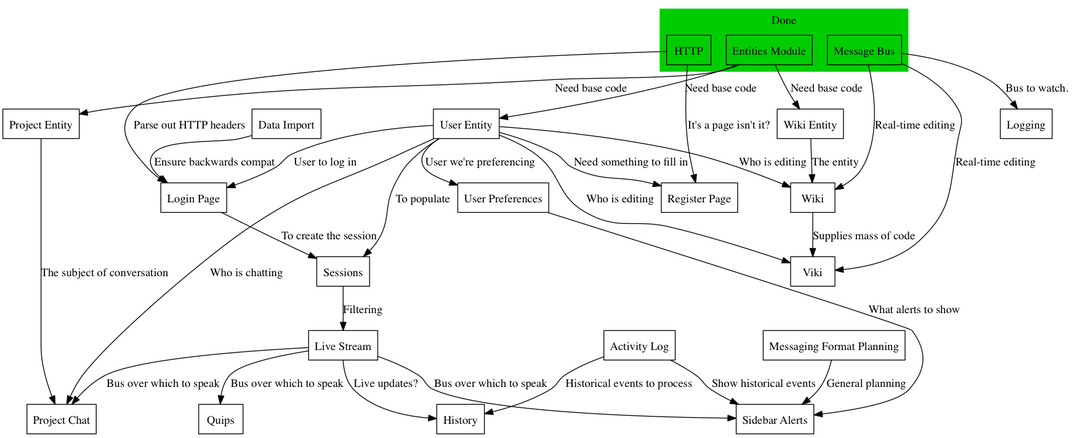
Above: needed.png in negativeview/Velour-1.5 (Graphviz), before the change. Its source is kept beside it as needed.dot.
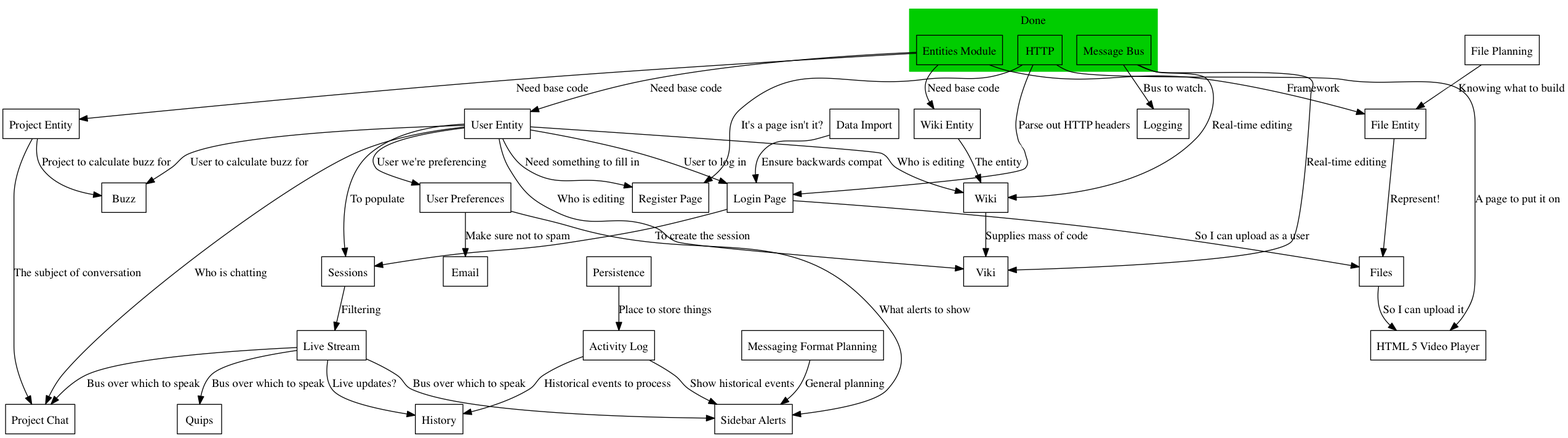
Later version of the same file.

Commit message:
Updated needed chart of the newly needed features.

Diff of the diagram source:
```diff
@@ -14,12 +14,19 @@
 
     alert_format_planning [ label="Messaging Format Planning" ];
     activity_log [ label="Activity Log" ];
+    buzz [ label="Buzz" ];
     data_import [ label="Data Import" ];
+    email [ label="Email" ];
+    file_planning [ label="File Planning" ];
+    file_entity [ label="File Entity" ];
+    files [ label="Files" ];
     header_sayings [ label="Quips" ];
     history_tool [ label="History" ];
+    html5_video [ label="HTML 5 Video Player" ];
     live_stream [ label="Live Stream" ];
     login_page [ label="Login Page" ];
     logging [ label="Logging" ];
+    persistence [ label="Persistence" ];
     project_chat [ label="Project Chat" ];
     project_entity [ label="Project Entity" ];
     register_page [ label="Register Page" ];
@@ -30,6 +37,19 @@
     wiki [ label="Wiki" ];
     wiki_entity [ label="Wiki Entity" ];
     viki [ label="Viki" ];
+
+    entities->file_entity [ label="Framework" ];
+    file_planning->file_entity [ label="Knowing what to build" ];
+
+    login_page->files [ label="So I can upload as a user" ];
+    file_entity->files [ label="Represent!" ];
+
+    http_framework->html5_video [ label="A page to put it on" ];
+    files->html5_video [ label="So I can upload it" ];
+
+    user_preferences->email [ label="Make sure not to spam" ];
+
+    persistence->activity_log [ label="Place to store things" ];
 
     login_page->sessions [ label = "To create the session" ];
     user_entity->sessions [ label = "To populate" ];
@@ -71,5 +91,8 @@
     entities->project_entity [ label = "Need base code" ];
     entities->wiki_entity [ label = "Need base code" ];
 
+    user_entity->buzz [ label = "User to calculate buzz for" ];
+    project_entity->buzz [ label = "Project to calculate buzz for" ];
+
     user_entity->user_preferences [ label = "User we're preferencing" ];
 }
```
